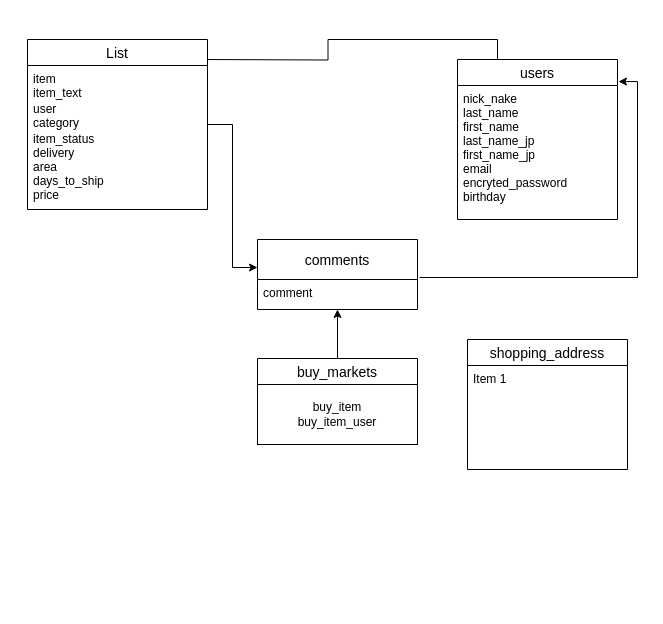
Earlier version of the draw.io diagram test.dio (iamrubyist/furima-34399). Source tidied: cells renumbered, new cells numbered last; positions are measured from the earlier drawing's top-left corner, leaving out a move shared by most shapes. Both pictures are drawn from the tidied source at 100%, with x=0, y=0 at pixel (27, 39).
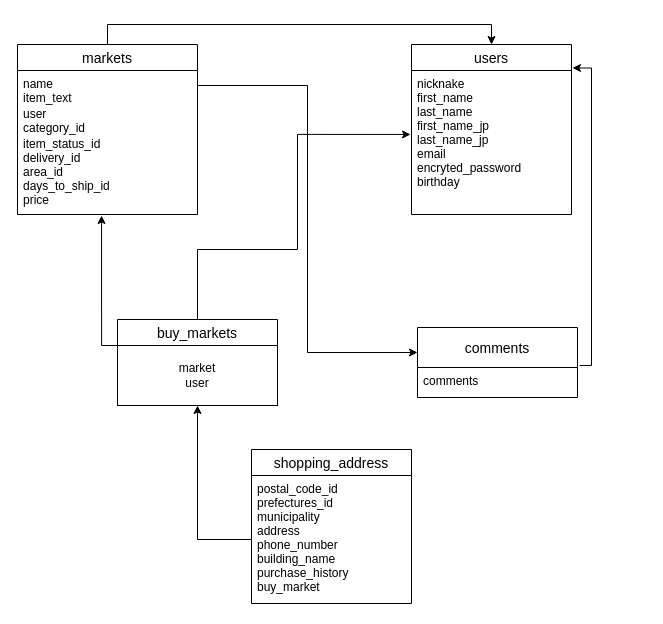
After the change.

Commit message (it also covers changes not shown here):
縦棒をスッキリさせた

what
見やすくするため
why
誰でも見やすく

What changed in the source:
```diff
@@
-    <mxCell id="2" style="edgeStyle=orthogonalEdgeStyle;rounded=0;jettySize=auto;html=1;exitX=0.25;exitY=0;exitDx=0;exitDy=0;entryX=0.75;entryY=0;entryDx=0;entryDy=0;" parent="1" edge="1" source="3">
-      <mxGeometry relative="1" as="geometry">
-        <mxPoint x="170" y="20" as="targetPoint" />
-      </mxGeometry>
-    </mxCell>
     <mxCell id="3" value="users" style="swimlane;fontStyle=0;horizontal=1;startSize=26;align=center;fontSize=14;" parent="1" vertex="1">
-      <mxGeometry x="430" y="20" width="160" height="160" as="geometry" />
+      <mxGeometry x="384" y="5" width="160" height="170" as="geometry" />
     </mxCell>
-    <mxCell id="4" value="nick_nake&#10;last_name&#10;first_name&#10;last_name_jp&#10;first_name_jp&#10;email&#10;encryted_password&#10;birthday" style="text;strokeColor=none;fillColor=none;spacingLeft=4;spacingRight=4;overflow=hidden;points=[[0,0.5],[1,0.5]];portConstraint=eastwest;fontSize=12;" parent="3" vertex="1">
-      <mxGeometry y="26" width="160" height="134" as="geometry" />
+    <mxCell id="4" value="nicknake&#10;first_name&#10;last_name&#10;first_name_jp&#10;last_name_jp&#10;email&#10;encryted_password&#10;birthday" style="text;strokeColor=none;fillColor=none;spacingLeft=4;spacingRight=4;overflow=hidden;points=[[0,0.5],[1,0.5]];portConstraint=eastwest;fontSize=12;" parent="3" vertex="1">
+      <mxGeometry y="26" width="160" height="144" as="geometry" />
     </mxCell>
     <mxCell id="5" value="comments" style="swimlane;fontStyle=0;horizontal=1;startSize=40;align=center;fontSize=14;" parent="1" vertex="1">
-      <mxGeometry x="230" y="200" width="160" height="70" as="geometry" />
+      <mxGeometry x="390" y="288" width="160" height="70" as="geometry" />
     </mxCell>
-    <mxCell id="6" value="comment" style="text;strokeColor=none;fillColor=none;spacingLeft=4;spacingRight=4;overflow=hidden;points=[[0,0.5],[1,0.5]];portConstraint=eastwest;fontSize=12;" parent="5" vertex="1">
+    <mxCell id="6" value="comments" style="text;strokeColor=none;fillColor=none;spacingLeft=4;spacingRight=4;overflow=hidden;points=[[0,0.5],[1,0.5]];portConstraint=eastwest;fontSize=12;" parent="5" vertex="1">
       <mxGeometry y="40" width="160" height="30" as="geometry" />
     </mxCell>
     <mxCell id="7" style="edgeStyle=orthogonalEdgeStyle;rounded=0;jettySize=auto;html=1;exitX=1.013;exitY=-0.067;exitDx=0;exitDy=0;entryX=1.006;entryY=0.138;entryDx=0;entryDy=0;entryPerimeter=0;exitPerimeter=0;" parent="1" edge="1" source="6" target="3">
-      <mxGeometry relative="1" as="geometry" />
+      <mxGeometry relative="1" as="geometry">
+        <Array as="points">
+          <mxPoint x="564" y="326" />
+          <mxPoint x="564" y="29" />
+        </Array>
+      </mxGeometry>
     </mxCell>
-    <mxCell id="8" style="edgeStyle=orthogonalEdgeStyle;rounded=0;jettySize=auto;html=1;exitX=0.5;exitY=0;exitDx=0;exitDy=0;entryX=0.5;entryY=1;entryDx=0;entryDy=0;entryPerimeter=0;" parent="1" edge="1" source="9" target="6">
-      <mxGeometry relative="1" as="geometry" />
-    </mxCell>
+    <mxCell id="18" style="edgeStyle=orthogonalEdgeStyle;rounded=0;jettySize=auto;html=1;exitX=0.5;exitY=0;exitDx=0;exitDy=0;entryX=-0.006;entryY=0.444;entryDx=0;entryDy=0;entryPerimeter=0;" parent="1" edge="1" source="9" target="4">
+      <mxGeometry relative="1" as="geometry">
+        <Array as="points">
+          <mxPoint x="170" y="210" />
+          <mxPoint x="270" y="210" />
+          <mxPoint x="270" y="95" />
+        </Array>
+      </mxGeometry>
+    </mxCell>
     <mxCell id="9" value="buy_markets" style="swimlane;fontStyle=0;horizontal=1;startSize=26;align=center;fontSize=14;" parent="1" vertex="1">
-      <mxGeometry x="230" y="319" width="160" height="86" as="geometry" />
+      <mxGeometry x="90" y="280" width="160" height="86" as="geometry" />
     </mxCell>
-    <mxCell id="10" value="buy_item&lt;br&gt;buy_item_user" style="whiteSpace=wrap;html=1;" parent="9" vertex="1">
+    <mxCell id="10" value="market&lt;br&gt;user" style="whiteSpace=wrap;html=1;" parent="9" vertex="1">
       <mxGeometry y="26" width="160" height="60" as="geometry" />
     </mxCell>
-    <mxCell id="11" style="edgeStyle=orthogonalEdgeStyle;rounded=0;jettySize=auto;html=1;entryX=0;entryY=0.4;entryDx=0;entryDy=0;entryPerimeter=0;" parent="1" edge="1" source="12" target="5">
-      <mxGeometry relative="1" as="geometry" />
-    </mxCell>
+    <mxCell id="19" style="edgeStyle=orthogonalEdgeStyle;rounded=0;jettySize=auto;html=1;exitX=0.5;exitY=0;exitDx=0;exitDy=0;entryX=0.5;entryY=0;entryDx=0;entryDy=0;" parent="1" edge="1" source="12" target="3">
+      <mxGeometry relative="1" as="geometry" />
+    </mxCell>
-    <mxCell id="12" value="List" style="swimlane;fontStyle=0;horizontal=1;startSize=26;align=center;fontSize=14;" parent="1" vertex="1">
-      <mxGeometry width="180" height="170" as="geometry" />
+    <mxCell id="12" value="markets" style="swimlane;fontStyle=0;horizontal=1;startSize=26;align=center;fontSize=14;" parent="1" vertex="1">
+      <mxGeometry x="-10" y="5" width="180" height="170" as="geometry" />
     </mxCell>
-    <mxCell id="13" value="item&#10;item_text&#10;" style="text;strokeColor=none;fillColor=none;spacingLeft=4;spacingRight=4;overflow=hidden;points=[[0,0.5],[1,0.5]];portConstraint=eastwest;fontSize=12;" parent="12" vertex="1">
+    <mxCell id="13" value="name&#10;item_text&#10;" style="text;strokeColor=none;fillColor=none;spacingLeft=4;spacingRight=4;overflow=hidden;points=[[0,0.5],[1,0.5]];portConstraint=eastwest;fontSize=12;" parent="12" vertex="1">
       <mxGeometry y="26" width="180" height="30" as="geometry" />
     </mxCell>
-    <mxCell id="14" value="user&#10;category" style="text;strokeColor=none;fillColor=none;spacingLeft=4;spacingRight=4;overflow=hidden;fontSize=12;" parent="12" vertex="1">
+    <mxCell id="14" value="user&#10;category_id" style="text;strokeColor=none;fillColor=none;spacingLeft=4;spacingRight=4;overflow=hidden;fontSize=12;" parent="12" vertex="1">
       <mxGeometry y="56" width="180" height="30" as="geometry" />
     </mxCell>
-    <mxCell id="15" value="item_status&#10;delivery&#10;area&#10;days_to_ship&#10;price" style="text;strokeColor=none;fillColor=none;spacingLeft=4;spacingRight=4;overflow=hidden;points=[[0,0.5],[1,0.5]];portConstraint=eastwest;fontSize=12;" parent="12" vertex="1">
+    <mxCell id="15" value="item_status_id&#10;delivery_id&#10;area_id&#10;days_to_ship_id&#10;price" style="text;strokeColor=none;fillColor=none;spacingLeft=4;spacingRight=4;overflow=hidden;points=[[0,0.5],[1,0.5]];portConstraint=eastwest;fontSize=12;" parent="12" vertex="1">
       <mxGeometry y="86" width="180" height="84" as="geometry" />
     </mxCell>
     <mxCell id="16" value="shopping_address" style="swimlane;fontStyle=0;horizontal=1;startSize=26;align=center;fontSize=14;" parent="1" vertex="1">
-      <mxGeometry x="440" y="300" width="160" height="130" as="geometry" />
+      <mxGeometry x="224" y="410" width="160" height="154" as="geometry" />
     </mxCell>
-    <mxCell id="17" value="Item 1" style="text;strokeColor=none;fillColor=none;spacingLeft=4;spacingRight=4;overflow=hidden;points=[[0,0.5],[1,0.5]];portConstraint=eastwest;fontSize=12;" parent="16" vertex="1">
-      <mxGeometry y="26" width="160" height="104" as="geometry" />
+    <mxCell id="17" value="postal_code_id&#10;prefectures_id&#10;municipality&#10;address&#10;phone_number&#10;building_name&#10;purchase_history&#10;buy_market" style="text;strokeColor=none;fillColor=none;spacingLeft=4;spacingRight=4;overflow=hidden;points=[[0,0.5],[1,0.5]];portConstraint=eastwest;fontSize=12;" parent="16" vertex="1">
+      <mxGeometry y="26" width="160" height="128" as="geometry" />
     </mxCell>
+    <mxCell id="20" style="edgeStyle=orthogonalEdgeStyle;rounded=0;jettySize=auto;html=1;exitX=0;exitY=0.5;exitDx=0;exitDy=0;entryX=0.5;entryY=1;entryDx=0;entryDy=0;" parent="1" edge="1" source="17" target="9">
+      <mxGeometry relative="1" as="geometry" />
+    </mxCell>
+    <mxCell id="21" style="edgeStyle=orthogonalEdgeStyle;rounded=0;jettySize=auto;html=1;exitX=0;exitY=0;exitDx=0;exitDy=0;entryX=0.467;entryY=1.012;entryDx=0;entryDy=0;entryPerimeter=0;" parent="1" edge="1" source="10" target="15">
+      <mxGeometry relative="1" as="geometry">
+        <Array as="points">
+          <mxPoint x="74" y="306" />
+        </Array>
+      </mxGeometry>
+    </mxCell>
+    <mxCell id="22" style="edgeStyle=orthogonalEdgeStyle;rounded=0;jettySize=auto;html=1;exitX=1;exitY=0.5;exitDx=0;exitDy=0;entryX=0;entryY=0.357;entryDx=0;entryDy=0;entryPerimeter=0;" parent="1" edge="1" source="13" target="5">
+      <mxGeometry relative="1" as="geometry" />
+    </mxCell>
```
